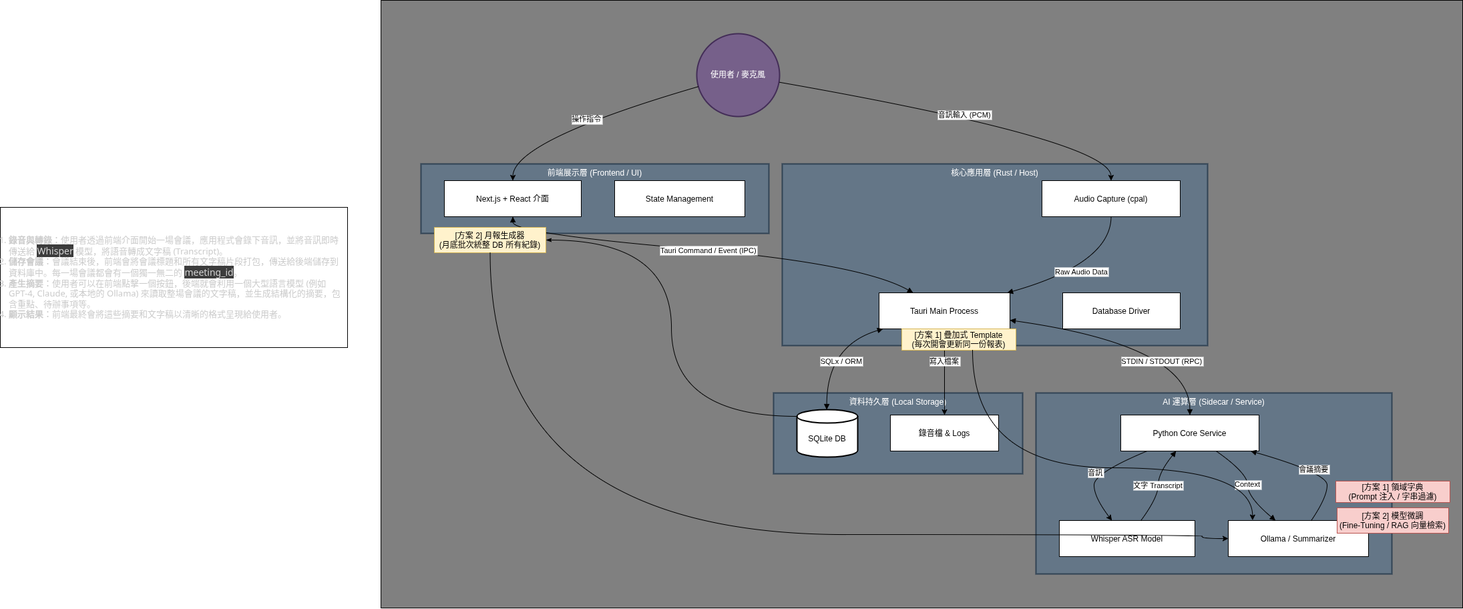
Wilson-TKU/meeting-minutes keeps this draw.io diagram as overview/HLA-mermaid.drawio.png. Above is the earlier version. Source tidied: cells renumbered, new cells last; positions are measured from the earlier drawing's top-left corner, leaving out a move shared by most shapes.
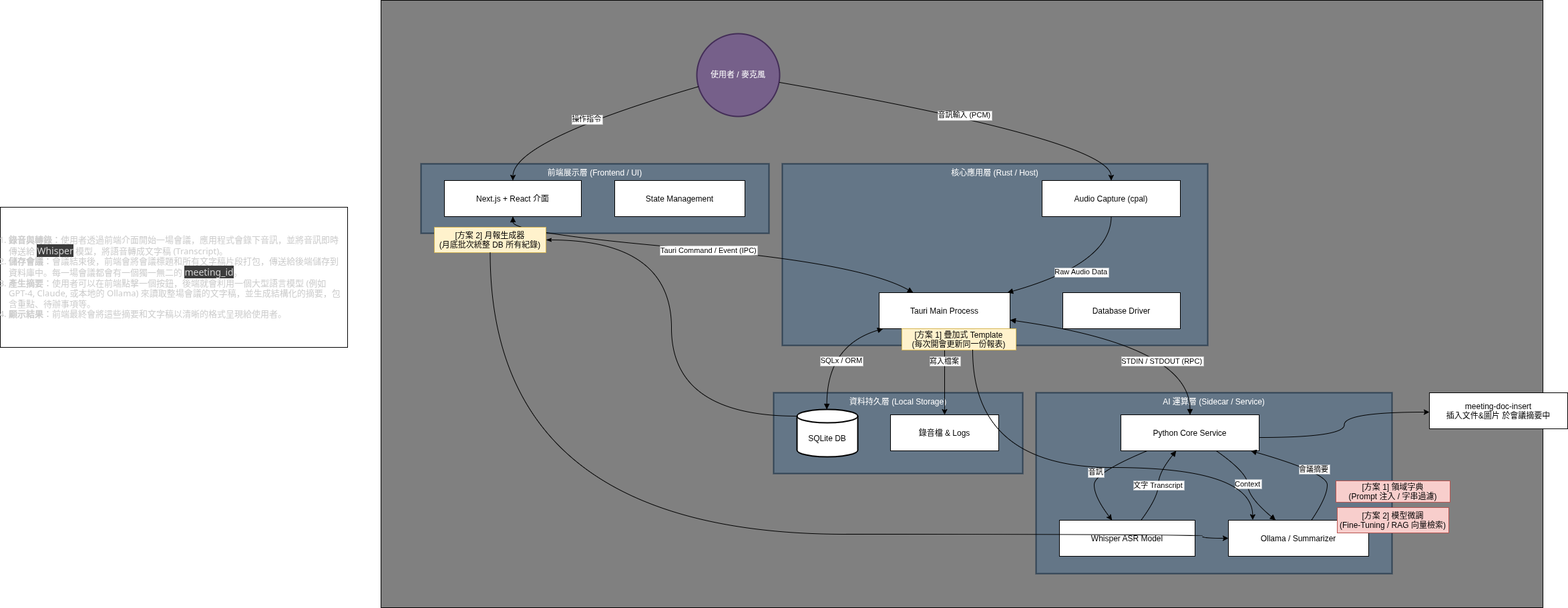
Above is the later version.

Commit message:
doct: update HLA overview

What changed in the source:
```diff
@@ -3,7 +3,7 @@
     <mxCell id="0" />
     <mxCell id="1" parent="0" />
     <mxCell id="2" style="rounded=0;whiteSpace=wrap;html=1;fillColor=#808080;" parent="1" vertex="1">
-      <mxGeometry x="570" width="1620" height="910" as="geometry" />
+      <mxGeometry x="570" width="1740" height="910" as="geometry" />
     </mxCell>
     <mxCell id="3" value="資料持久層 (Local Storage)" style="whiteSpace=wrap;strokeWidth=2;verticalAlign=top;fillColor=#647687;fontColor=#ffffff;strokeColor=#314354;" parent="1" vertex="1">
       <mxGeometry x="1158" y="588" width="373" height="121" as="geometry" />
@@ -35,6 +35,9 @@
     <mxCell id="12" value="Database Driver" parent="1" vertex="1">
       <mxGeometry x="1591" y="438" width="176" height="54" as="geometry" />
     </mxCell>
+    <mxCell id="37" style="edgeStyle=orthogonalEdgeStyle;html=1;entryX=0;entryY=0.537;entryDx=0;entryDy=0;entryPerimeter=0;exitX=0.995;exitY=0.63;exitDx=0;exitDy=0;exitPerimeter=0;curved=1;" parent="1" edge="1" source="13" target="38">
+      <mxGeometry relative="1" as="geometry" />
+    </mxCell>
     <mxCell id="13" value="Python Core Service" parent="1" vertex="1">
       <mxGeometry x="1678" y="621" width="207" height="54" as="geometry" />
     </mxCell>
@@ -163,5 +166,8 @@
     <mxCell id="36" value="&lt;ol style=&quot;padding-inline-start: 12px; color: rgb(204, 204, 204); font-family: system-ui, Ubuntu, &amp;quot;Droid Sans&amp;quot;, sans-serif; font-size: 13px; text-align: start;&quot;&gt;&lt;li&gt;&lt;strong&gt;錄音與轉錄&lt;/strong&gt;：使用者透過前端介面開始一場會議，應用程式會錄下音訊，並將音訊即時傳送給&amp;nbsp;&lt;code style=&quot;font-family: system-ui, Ubuntu, &amp;quot;Droid Sans&amp;quot;, sans-serif; color: rgb(208, 208, 208); background-color: rgb(60, 60, 60); overflow-wrap: break-word; font-size: 14px;&quot;&gt;Whisper&lt;/code&gt;&amp;nbsp;模型，將語音轉成文字稿 (Transcript)。&lt;/li&gt;&lt;li&gt;&lt;strong&gt;儲存會議&lt;/strong&gt;：會議結束後，前端會將會議標題和所有文字稿片段打包，傳送給後端儲存到資料庫中。每一場會議都會有一個獨一無二的&amp;nbsp;&lt;code style=&quot;font-family: system-ui, Ubuntu, &amp;quot;Droid Sans&amp;quot;, sans-serif; color: rgb(208, 208, 208); background-color: rgb(60, 60, 60); overflow-wrap: break-word; font-size: 14px;&quot;&gt;meeting_id&lt;/code&gt;。&lt;/li&gt;&lt;li&gt;&lt;strong&gt;產生摘要&lt;/strong&gt;：使用者可以在前端點擊一個按鈕，後端就會利用一個大型語言模型 (例如 GPT-4, Claude, 或本地的 Ollama) 來讀取整場會議的文字稿，並生成結構化的摘要，包含重點、待辦事項等。&lt;/li&gt;&lt;li&gt;&lt;strong&gt;顯示結果&lt;/strong&gt;：前端最終會將這些摘要和文字稿以清晰的格式呈現給使用者。&lt;/li&gt;&lt;/ol&gt;" style="rounded=0;whiteSpace=wrap;html=1;" parent="1" vertex="1">
       <mxGeometry y="310" width="520" height="210" as="geometry" />
     </mxCell>
+    <mxCell id="38" value="meeting-doc-insert&#10;插入文件&amp;圖片 於會議摘要中" parent="1" vertex="1">
+      <mxGeometry x="2140" y="588" width="207" height="54" as="geometry" />
+    </mxCell>
   </root>
 </mxGraphModel>
```
